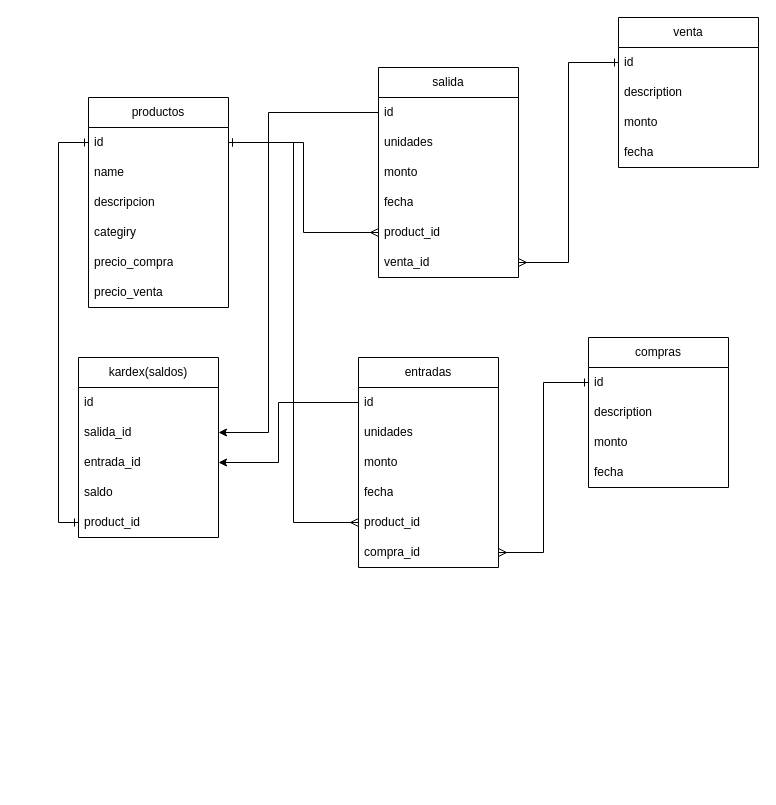
Above: sistema_inventarios.drawio in MasterJhonny/diagramas (draw.io), before the change. Source tidied: cells renumbered, new cells numbered last; positions are measured from the earlier drawing's top-left corner, leaving out a move shared by most shapes. Both pictures are drawn from the tidied source at 100%, with x=0, y=0 at pixel (78, 17).
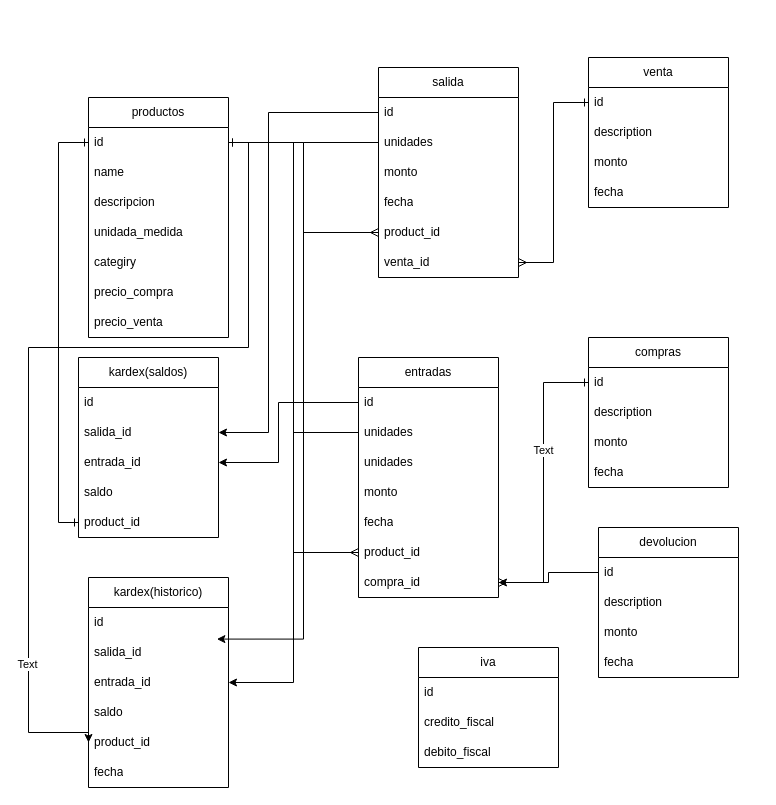
The same diagram, later.

The change refers to these unchanged cells:
```xml
<mxCell id="3" value="id" style="text;strokeColor=none;fillColor=none;align=left;verticalAlign=middle;spacingLeft=4;spacingRight=4;overflow=hidden;points=[[0,0.5],[1,0.5]];portConstraint=eastwest;whiteSpace=wrap;html=1;" parent="2" vertex="1">
  <mxGeometry y="30" width="140" height="30" as="geometry" />
</mxCell>
<mxCell id="31" value="unidades" style="text;strokeColor=none;fillColor=none;align=left;verticalAlign=middle;spacingLeft=4;spacingRight=4;overflow=hidden;points=[[0,0.5],[1,0.5]];portConstraint=eastwest;whiteSpace=wrap;html=1;" parent="29" vertex="1">
  <mxGeometry y="60" width="140" height="30" as="geometry" />
</mxCell>
<mxCell id="43" style="edgeStyle=orthogonalEdgeStyle;rounded=0;jettySize=auto;html=1;entryX=1;entryY=0.5;entryDx=0;entryDy=0;startArrow=ERone;startFill=0;endArrow=ERmany;endFill=0;" parent="1" edge="1" source="37" target="20">
  <mxGeometry relative="1" as="geometry" />
</mxCell>
```

The edit, as a diff of the source:
```diff
@@
     <mxCell id="2" value="productos" style="swimlane;fontStyle=0;horizontal=1;startSize=30;whiteSpace=wrap;html=1;" parent="1" vertex="1">
-      <mxGeometry x="10" y="80" width="140" height="210" as="geometry" />
+      <mxGeometry x="10" y="80" width="140" height="240" as="geometry" />
     </mxCell>
@@
+    <mxCell id="46" value="unidada_medida" style="text;strokeColor=none;fillColor=none;align=left;verticalAlign=middle;spacingLeft=4;spacingRight=4;overflow=hidden;whiteSpace=wrap;html=1;" parent="2" vertex="1">
+      <mxGeometry y="120" width="140" height="30" as="geometry" />
+    </mxCell>
     <mxCell id="6" value="categiry" style="text;strokeColor=none;fillColor=none;align=left;verticalAlign=middle;spacingLeft=4;spacingRight=4;overflow=hidden;whiteSpace=wrap;html=1;" parent="2" vertex="1">
-      <mxGeometry y="120" width="140" height="30" as="geometry" />
+      <mxGeometry y="150" width="140" height="30" as="geometry" />
     </mxCell>
     <mxCell id="7" value="precio_compra" style="text;strokeColor=none;fillColor=none;align=left;verticalAlign=middle;spacingLeft=4;spacingRight=4;overflow=hidden;whiteSpace=wrap;html=1;" parent="2" vertex="1">
-      <mxGeometry y="150" width="140" height="30" as="geometry" />
+      <mxGeometry y="180" width="140" height="30" as="geometry" />
     </mxCell>
     <mxCell id="8" value="precio_venta" style="text;strokeColor=none;fillColor=none;align=left;verticalAlign=middle;spacingLeft=4;spacingRight=4;overflow=hidden;whiteSpace=wrap;html=1;" parent="2" vertex="1">
-      <mxGeometry y="180" width="140" height="30" as="geometry" />
+      <mxGeometry y="210" width="140" height="30" as="geometry" />
     </mxCell>
     <mxCell id="9" value="venta" style="swimlane;fontStyle=0;horizontal=1;startSize=30;whiteSpace=wrap;html=1;" parent="1" vertex="1">
-      <mxGeometry x="540" width="140" height="150" as="geometry" />
+      <mxGeometry x="510" y="40" width="140" height="150" as="geometry" />
     </mxCell>
@@
     <mxCell id="14" value="entradas" style="swimlane;fontStyle=0;horizontal=1;startSize=30;whiteSpace=wrap;html=1;" parent="1" vertex="1">
-      <mxGeometry x="280" y="340" width="140" height="210" as="geometry" />
+      <mxGeometry x="280" y="340" width="140" height="240" as="geometry" />
     </mxCell>
@@
+    <mxCell id="47" value="unidades" style="text;strokeColor=none;fillColor=none;align=left;verticalAlign=middle;spacingLeft=4;spacingRight=4;overflow=hidden;points=[[0,0.5],[1,0.5]];portConstraint=eastwest;whiteSpace=wrap;html=1;" parent="14" vertex="1">
+      <mxGeometry y="60" width="140" height="30" as="geometry" />
+    </mxCell>
     <mxCell id="16" value="unidades" style="text;strokeColor=none;fillColor=none;align=left;verticalAlign=middle;spacingLeft=4;spacingRight=4;overflow=hidden;whiteSpace=wrap;html=1;" parent="14" vertex="1">
-      <mxGeometry y="60" width="140" height="30" as="geometry" />
+      <mxGeometry y="90" width="140" height="30" as="geometry" />
     </mxCell>
     <mxCell id="17" value="monto" style="text;strokeColor=none;fillColor=none;align=left;verticalAlign=middle;spacingLeft=4;spacingRight=4;overflow=hidden;whiteSpace=wrap;html=1;" parent="14" vertex="1">
-      <mxGeometry y="90" width="140" height="30" as="geometry" />
+      <mxGeometry y="120" width="140" height="30" as="geometry" />
     </mxCell>
     <mxCell id="18" value="fecha" style="text;strokeColor=none;fillColor=none;align=left;verticalAlign=middle;spacingLeft=4;spacingRight=4;overflow=hidden;whiteSpace=wrap;html=1;" parent="14" vertex="1">
-      <mxGeometry y="120" width="140" height="30" as="geometry" />
+      <mxGeometry y="150" width="140" height="30" as="geometry" />
     </mxCell>
     <mxCell id="19" value="product_id" style="text;strokeColor=none;fillColor=none;align=left;verticalAlign=middle;spacingLeft=4;spacingRight=4;overflow=hidden;points=[[0,0.5],[1,0.5]];portConstraint=eastwest;whiteSpace=wrap;html=1;" parent="14" vertex="1">
-      <mxGeometry y="150" width="140" height="30" as="geometry" />
+      <mxGeometry y="180" width="140" height="30" as="geometry" />
     </mxCell>
     <mxCell id="20" value="compra_id" style="text;strokeColor=none;fillColor=none;align=left;verticalAlign=middle;spacingLeft=4;spacingRight=4;overflow=hidden;points=[[0,0.5],[1,0.5]];portConstraint=eastwest;whiteSpace=wrap;html=1;" parent="14" vertex="1">
-      <mxGeometry y="180" width="140" height="30" as="geometry" />
+      <mxGeometry y="210" width="140" height="30" as="geometry" />
     </mxCell>
@@
+    <mxCell id="48" value="Text" style="edgeLabel;html=1;align=center;verticalAlign=middle;" parent="43" vertex="1">
+      <mxGeometry x="-0.23" y="-1" relative="1" as="geometry" />
+    </mxCell>
@@
+    <mxCell id="49" value="kardex(historico)" style="swimlane;fontStyle=0;horizontal=1;startSize=30;whiteSpace=wrap;html=1;" parent="1" vertex="1">
+      <mxGeometry x="10" y="560" width="140" height="210" as="geometry" />
+    </mxCell>
+    <mxCell id="50" value="id" style="text;strokeColor=none;fillColor=none;align=left;verticalAlign=middle;spacingLeft=4;spacingRight=4;overflow=hidden;whiteSpace=wrap;html=1;" parent="49" vertex="1">
+      <mxGeometry y="30" width="140" height="30" as="geometry" />
+    </mxCell>
+    <mxCell id="51" value="salida_id" style="text;strokeColor=none;fillColor=none;align=left;verticalAlign=middle;spacingLeft=4;spacingRight=4;overflow=hidden;points=[[0,0.5],[1,0.5]];portConstraint=eastwest;whiteSpace=wrap;html=1;" parent="49" vertex="1">
+      <mxGeometry y="60" width="140" height="30" as="geometry" />
+    </mxCell>
+    <mxCell id="52" value="entrada_id" style="text;strokeColor=none;fillColor=none;align=left;verticalAlign=middle;spacingLeft=4;spacingRight=4;overflow=hidden;points=[[0,0.5],[1,0.5]];portConstraint=eastwest;whiteSpace=wrap;html=1;" parent="49" vertex="1">
+      <mxGeometry y="90" width="140" height="30" as="geometry" />
+    </mxCell>
+    <mxCell id="53" value="saldo" style="text;strokeColor=none;fillColor=none;align=left;verticalAlign=middle;spacingLeft=4;spacingRight=4;overflow=hidden;whiteSpace=wrap;html=1;" parent="49" vertex="1">
+      <mxGeometry y="120" width="140" height="30" as="geometry" />
+    </mxCell>
+    <mxCell id="54" value="product_id" style="text;strokeColor=none;fillColor=none;align=left;verticalAlign=middle;spacingLeft=4;spacingRight=4;overflow=hidden;points=[[0,0.5],[1,0.5]];portConstraint=eastwest;whiteSpace=wrap;html=1;" parent="49" vertex="1">
+      <mxGeometry y="150" width="140" height="30" as="geometry" />
+    </mxCell>
+    <mxCell id="55" value="fecha" style="text;strokeColor=none;fillColor=none;align=left;verticalAlign=middle;spacingLeft=4;spacingRight=4;overflow=hidden;whiteSpace=wrap;html=1;" parent="49" vertex="1">
+      <mxGeometry y="180" width="140" height="30" as="geometry" />
+    </mxCell>
+    <mxCell id="56" style="edgeStyle=orthogonalEdgeStyle;rounded=0;jettySize=auto;html=1;entryX=1;entryY=0.5;entryDx=0;entryDy=0;" parent="1" edge="1" source="47" target="52">
+      <mxGeometry relative="1" as="geometry" />
+    </mxCell>
+    <mxCell id="57" style="edgeStyle=orthogonalEdgeStyle;rounded=0;jettySize=auto;html=1;entryX=0.917;entryY=0.053;entryDx=0;entryDy=0;entryPerimeter=0;" parent="1" edge="1" source="31" target="51">
+      <mxGeometry relative="1" as="geometry" />
+    </mxCell>
+    <mxCell id="58" style="edgeStyle=orthogonalEdgeStyle;rounded=0;jettySize=auto;html=1;entryX=0;entryY=0.5;entryDx=0;entryDy=0;" parent="1" edge="1" source="3" target="54">
+      <mxGeometry relative="1" as="geometry">
+        <Array as="points">
+          <mxPoint x="170" y="125" />
+          <mxPoint x="170" y="330" />
+          <mxPoint x="-50" y="330" />
+          <mxPoint x="-50" y="715" />
+        </Array>
+      </mxGeometry>
+    </mxCell>
+    <mxCell id="59" value="Text" style="edgeLabel;html=1;align=center;verticalAlign=middle;" parent="58" vertex="1">
+      <mxGeometry x="0.69" y="-2" relative="1" as="geometry" />
+    </mxCell>
+    <mxCell id="60" value="iva" style="swimlane;fontStyle=0;horizontal=1;startSize=30;whiteSpace=wrap;html=1;" parent="1" vertex="1">
+      <mxGeometry x="340" y="630" width="140" height="120" as="geometry" />
+    </mxCell>
+    <mxCell id="61" value="id" style="text;strokeColor=none;fillColor=none;align=left;verticalAlign=middle;spacingLeft=4;spacingRight=4;overflow=hidden;whiteSpace=wrap;html=1;" parent="60" vertex="1">
+      <mxGeometry y="30" width="140" height="30" as="geometry" />
+    </mxCell>
+    <mxCell id="62" value="credito_fiscal" style="text;strokeColor=none;fillColor=none;align=left;verticalAlign=middle;spacingLeft=4;spacingRight=4;overflow=hidden;whiteSpace=wrap;html=1;" parent="60" vertex="1">
+      <mxGeometry y="60" width="140" height="30" as="geometry" />
+    </mxCell>
+    <mxCell id="63" value="debito_fiscal" style="text;strokeColor=none;fillColor=none;align=left;verticalAlign=middle;spacingLeft=4;spacingRight=4;overflow=hidden;whiteSpace=wrap;html=1;" parent="60" vertex="1">
+      <mxGeometry y="90" width="140" height="30" as="geometry" />
+    </mxCell>
+    <mxCell id="64" value="devolucion" style="swimlane;fontStyle=0;horizontal=1;startSize=30;whiteSpace=wrap;html=1;" parent="1" vertex="1">
+      <mxGeometry x="520" y="510" width="140" height="150" as="geometry" />
+    </mxCell>
+    <mxCell id="65" value="id" style="text;strokeColor=none;fillColor=none;align=left;verticalAlign=middle;spacingLeft=4;spacingRight=4;overflow=hidden;points=[[0,0.5],[1,0.5]];portConstraint=eastwest;whiteSpace=wrap;html=1;" parent="64" vertex="1">
+      <mxGeometry y="30" width="140" height="30" as="geometry" />
+    </mxCell>
+    <mxCell id="66" value="description" style="text;strokeColor=none;fillColor=none;align=left;verticalAlign=middle;spacingLeft=4;spacingRight=4;overflow=hidden;whiteSpace=wrap;html=1;" parent="64" vertex="1">
+      <mxGeometry y="60" width="140" height="30" as="geometry" />
+    </mxCell>
+    <mxCell id="67" value="monto" style="text;strokeColor=none;fillColor=none;align=left;verticalAlign=middle;spacingLeft=4;spacingRight=4;overflow=hidden;whiteSpace=wrap;html=1;" parent="64" vertex="1">
+      <mxGeometry y="90" width="140" height="30" as="geometry" />
+    </mxCell>
+    <mxCell id="68" value="fecha" style="text;strokeColor=none;fillColor=none;align=left;verticalAlign=middle;spacingLeft=4;spacingRight=4;overflow=hidden;whiteSpace=wrap;html=1;" parent="64" vertex="1">
+      <mxGeometry y="120" width="140" height="30" as="geometry" />
+    </mxCell>
+    <mxCell id="69" style="edgeStyle=orthogonalEdgeStyle;rounded=0;jettySize=auto;html=1;entryX=1;entryY=0.5;entryDx=0;entryDy=0;" parent="1" edge="1" source="65" target="20">
+      <mxGeometry relative="1" as="geometry" />
+    </mxCell>
```
